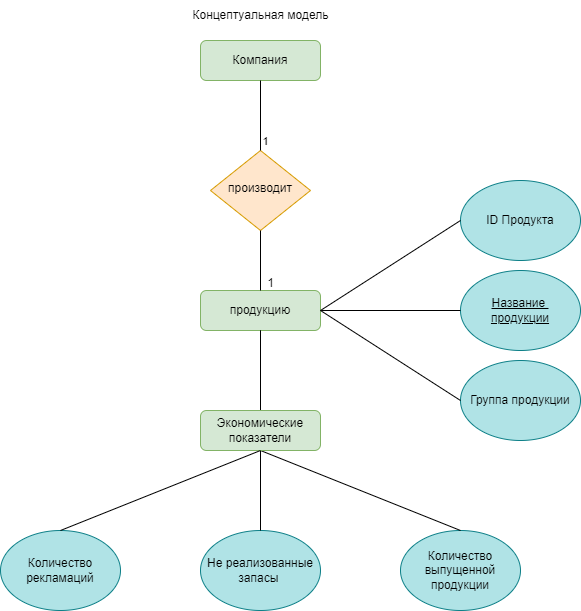
Before: Концептуальная модель.drawio.png, a diagram exported from draw.io (Sergei686/Portfolio). Source tidied: cells renumbered, new cells last; positions are measured from the earlier drawing's top-left corner, leaving out a move shared by most shapes.
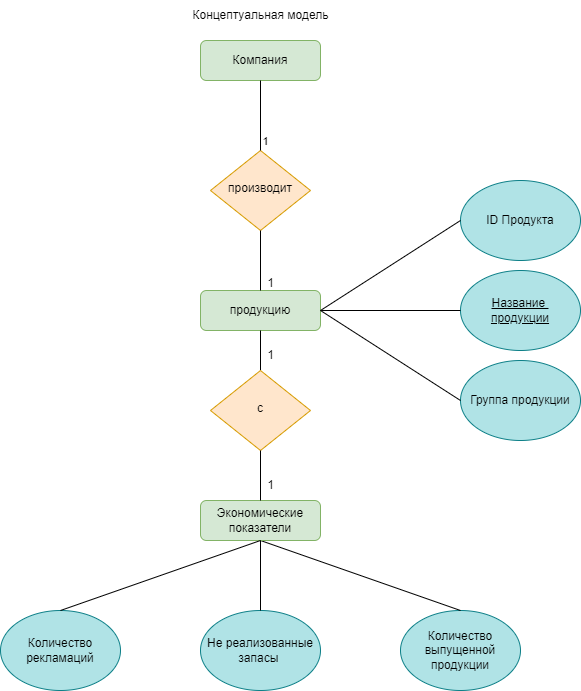
Above is the later version.

Diff of the diagram source:
```diff
@@ -12,13 +12,13 @@
       <mxGeometry x="200" y="290" width="120" height="40" as="geometry" />
     </mxCell>
     <mxCell id="5" value="Количество рекламаций" style="ellipse;whiteSpace=wrap;html=1;fillColor=#b0e3e6;strokeColor=#0e8088;" parent="1" vertex="1">
-      <mxGeometry y="530" width="120" height="80" as="geometry" />
+      <mxGeometry y="610" width="120" height="80" as="geometry" />
     </mxCell>
     <mxCell id="6" value="Не реализованные запасы&amp;nbsp;" style="ellipse;whiteSpace=wrap;html=1;fillColor=#b0e3e6;strokeColor=#0e8088;" parent="1" vertex="1">
-      <mxGeometry x="200" y="530" width="120" height="80" as="geometry" />
+      <mxGeometry x="200" y="610" width="120" height="80" as="geometry" />
     </mxCell>
     <mxCell id="7" value="Количество выпущенной продукции" style="ellipse;whiteSpace=wrap;html=1;fillColor=#b0e3e6;strokeColor=#0e8088;" parent="1" vertex="1">
-      <mxGeometry x="400" y="530" width="120" height="80" as="geometry" />
+      <mxGeometry x="400" y="610" width="120" height="80" as="geometry" />
     </mxCell>
     <mxCell id="8" style="endArrow=none;html=1;rounded=0;entryX=0.5;entryY=1;entryDx=0;entryDy=0;exitX=0.5;exitY=0;exitDx=0;exitDy=0;" parent="1" edge="1" source="3" target="2">
       <mxGeometry relative="1" as="geometry" />
@@ -28,12 +28,9 @@
         <mxPoint y="47" as="offset" />
       </mxGeometry>
     </mxCell>
-    <mxCell id="10" style="endArrow=none;html=1;rounded=0;exitX=0.5;exitY=0;exitDx=0;exitDy=0;entryX=0.5;entryY=1;entryDx=0;entryDy=0;" parent="1" edge="1" source="6" target="4">
+    <mxCell id="10" style="endArrow=none;html=1;rounded=0;entryX=0.5;entryY=1;entryDx=0;entryDy=0;exitX=0.5;exitY=0;exitDx=0;exitDy=0;" parent="1" edge="1" source="25" target="4">
       <mxGeometry relative="1" as="geometry" />
     </mxCell>
-    <mxCell id="11" style="endArrow=none;html=1;rounded=0;entryX=0.5;entryY=1;entryDx=0;entryDy=0;" parent="1" edge="1" source="19" target="4">
-      <mxGeometry relative="1" as="geometry" />
-    </mxCell>
     <mxCell id="12" style="endArrow=none;html=1;rounded=0;exitX=0.5;exitY=0;exitDx=0;exitDy=0;entryX=0.5;entryY=1;entryDx=0;entryDy=0;" parent="1" edge="1" source="7" target="19">
       <mxGeometry relative="1" as="geometry" />
     </mxCell>
@@ -52,13 +49,8 @@
     <mxCell id="17" style="endArrow=none;html=1;rounded=0;exitX=0;exitY=0.5;exitDx=0;exitDy=0;entryX=1;entryY=0.5;entryDx=0;entryDy=0;" parent="1" edge="1" source="16" target="4">
       <mxGeometry relative="1" as="geometry" />
     </mxCell>
-    <mxCell id="18" style="endArrow=none;html=1;rounded=0;entryX=0.5;entryY=1;entryDx=0;entryDy=0;" parent="1" edge="1" target="19">
-      <mxGeometry relative="1" as="geometry">
-        <mxPoint x="270" y="420" as="sourcePoint" />
-      </mxGeometry>
-    </mxCell>
     <mxCell id="19" value="Экономические показатели" style="rounded=1;whiteSpace=wrap;html=1;fontSize=12;glass=0;strokeWidth=1;shadow=0;fillColor=#d5e8d4;strokeColor=#82b366;" parent="1" vertex="1">
-      <mxGeometry x="200" y="410" width="120" height="40" as="geometry" />
+      <mxGeometry x="200" y="500" width="120" height="40" as="geometry" />
     </mxCell>
     <mxCell id="20" style="endArrow=none;html=1;rounded=0;exitX=0.5;exitY=0;exitDx=0;exitDy=0;entryX=0.5;entryY=1;entryDx=0;entryDy=0;" parent="1" edge="1" source="5" target="19">
       <mxGeometry relative="1" as="geometry" />
@@ -79,5 +71,22 @@
         <mxPoint x="320" y="310" as="targetPoint" />
       </mxGeometry>
     </mxCell>
+    <mxCell id="25" value="с" style="rhombus;whiteSpace=wrap;html=1;shadow=0;fontFamily=Helvetica;fontSize=12;align=center;strokeWidth=1;spacing=6;spacingTop=-4;fillColor=#ffe6cc;strokeColor=#d79b00;" parent="1" vertex="1">
+      <mxGeometry x="210" y="370" width="100" height="80" as="geometry" />
+    </mxCell>
+    <mxCell id="26" style="endArrow=none;html=1;rounded=0;exitX=0.5;exitY=0;exitDx=0;exitDy=0;" parent="1" edge="1" source="6">
+      <mxGeometry relative="1" as="geometry">
+        <mxPoint x="260" y="540" as="targetPoint" />
+      </mxGeometry>
+    </mxCell>
+    <mxCell id="27" style="endArrow=none;html=1;rounded=0;exitX=0.5;exitY=1;exitDx=0;exitDy=0;entryX=0.5;entryY=0;entryDx=0;entryDy=0;" parent="1" edge="1" source="25" target="19">
+      <mxGeometry relative="1" as="geometry" />
+    </mxCell>
+    <mxCell id="28" value="1" style="text;html=1;align=center;verticalAlign=middle;strokeColor=none;fillColor=none;" parent="1" vertex="1">
+      <mxGeometry x="255" y="340" width="30" height="30" as="geometry" />
+    </mxCell>
+    <mxCell id="29" value="1" style="text;html=1;align=center;verticalAlign=middle;strokeColor=none;fillColor=none;" parent="1" vertex="1">
+      <mxGeometry x="255" y="470" width="30" height="30" as="geometry" />
+    </mxCell>
   </root>
 </mxGraphModel>
```
